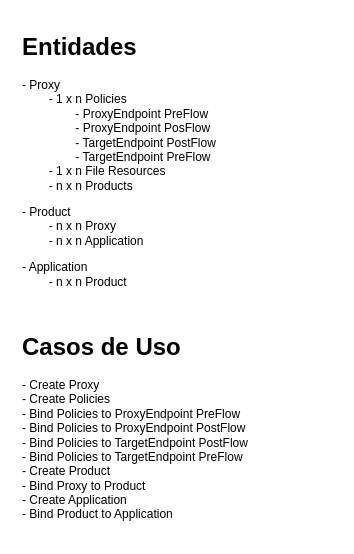
gabriel-rodrigues-f/sap-api-management-architectural-diagrams keeps this draw.io diagram as page "Backend" (1 of 5) of bunge.drawio. Above is the earlier version. Source tidied: cells renumbered, new cells numbered last; positions are measured from the earlier drawing's top-left corner, leaving out a move shared by most shapes. Both pictures are drawn from the tidied source at 100%, with x=0, y=0 at pixel (17, 27).
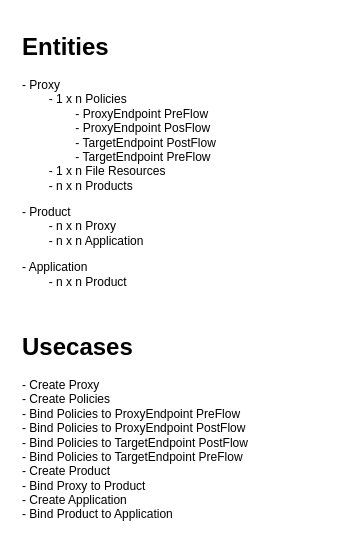
After the change.

Change to the diagram source:
```diff
@@
 <mxGraphModel>
   <root>
     <mxCell id="0" />
     <mxCell id="1" parent="0" />
-    <mxCell id="2" value="&lt;h1&gt;Entidades&lt;/h1&gt;&lt;p&gt;- Proxy&lt;br&gt;&lt;span style=&quot;background-color: initial;&quot;&gt;&lt;span style=&quot;white-space: pre;&quot;&gt;&#9;&lt;/span&gt;- 1 x n Policies&lt;br&gt;&lt;/span&gt;&lt;span style=&quot;background-color: initial;&quot;&gt;&lt;span style=&quot;white-space: pre;&quot;&gt;&#9;&lt;/span&gt;&lt;span style=&quot;white-space: pre;&quot;&gt;&#9;&lt;/span&gt;- ProxyEndpoint PreFlow&lt;br&gt;&lt;/span&gt;&lt;span style=&quot;background-color: initial;&quot;&gt;&lt;span style=&quot;white-space: pre;&quot;&gt;&#9;&lt;/span&gt;&lt;span style=&quot;white-space: pre;&quot;&gt;&#9;&lt;/span&gt;- ProxyEndpoint PosFlow&lt;br&gt;&lt;/span&gt;&lt;span style=&quot;background-color: initial;&quot;&gt;&lt;span style=&quot;white-space: pre;&quot;&gt;&#9;&lt;/span&gt;&lt;span style=&quot;white-space: pre;&quot;&gt;&#9;&lt;/span&gt;- TargetEndpoint PostFlow&lt;br&gt;&lt;span style=&quot;white-space: pre;&quot;&gt;&#9;&lt;/span&gt;&lt;span style=&quot;white-space: pre;&quot;&gt;&#9;&lt;/span&gt;- TargetEndpoint PreFlow&lt;br&gt;&lt;/span&gt;&lt;span style=&quot;background-color: initial;&quot;&gt;&lt;span style=&quot;white-space: pre;&quot;&gt;&#9;&lt;/span&gt;- 1 x n File Resources&lt;br&gt;&lt;span style=&quot;white-space: pre;&quot;&gt;&#9;&lt;/span&gt;- n x n Products&lt;br&gt;&lt;/span&gt;&lt;/p&gt;&lt;p&gt;&lt;/p&gt;&lt;p&gt;&lt;span style=&quot;background-color: initial;&quot;&gt;- Product&lt;br&gt;&lt;span style=&quot;white-space: pre;&quot;&gt;&#9;&lt;/span&gt;- n x n Proxy&lt;br&gt;&lt;span style=&quot;white-space: pre;&quot;&gt;&#9;&lt;/span&gt;- n x n Application&lt;br&gt;&lt;/span&gt;&lt;/p&gt;&lt;p&gt;&lt;span style=&quot;background-color: initial;&quot;&gt;- Application&lt;br&gt;&lt;span style=&quot;white-space: pre;&quot;&gt;&#9;&lt;/span&gt;- n x n Product&lt;br&gt;&lt;/span&gt;&lt;/p&gt;" style="text;html=1;strokeColor=none;fillColor=none;spacing=5;spacingTop=-20;whiteSpace=wrap;overflow=hidden;rounded=0;" parent="1" vertex="1">
+    <mxCell id="2" value="&lt;h1&gt;Entities&lt;/h1&gt;&lt;p&gt;- Proxy&lt;br&gt;&lt;span style=&quot;background-color: initial;&quot;&gt;&lt;span style=&quot;white-space: pre;&quot;&gt;&#9;&lt;/span&gt;- 1 x n Policies&lt;br&gt;&lt;/span&gt;&lt;span style=&quot;background-color: initial;&quot;&gt;&lt;span style=&quot;white-space: pre;&quot;&gt;&#9;&lt;/span&gt;&lt;span style=&quot;white-space: pre;&quot;&gt;&#9;&lt;/span&gt;- ProxyEndpoint PreFlow&lt;br&gt;&lt;/span&gt;&lt;span style=&quot;background-color: initial;&quot;&gt;&lt;span style=&quot;white-space: pre;&quot;&gt;&#9;&lt;/span&gt;&lt;span style=&quot;white-space: pre;&quot;&gt;&#9;&lt;/span&gt;- ProxyEndpoint PosFlow&lt;br&gt;&lt;/span&gt;&lt;span style=&quot;background-color: initial;&quot;&gt;&lt;span style=&quot;white-space: pre;&quot;&gt;&#9;&lt;/span&gt;&lt;span style=&quot;white-space: pre;&quot;&gt;&#9;&lt;/span&gt;- TargetEndpoint PostFlow&lt;br&gt;&lt;span style=&quot;white-space: pre;&quot;&gt;&#9;&lt;/span&gt;&lt;span style=&quot;white-space: pre;&quot;&gt;&#9;&lt;/span&gt;- TargetEndpoint PreFlow&lt;br&gt;&lt;/span&gt;&lt;span style=&quot;background-color: initial;&quot;&gt;&lt;span style=&quot;white-space: pre;&quot;&gt;&#9;&lt;/span&gt;- 1 x n File Resources&lt;br&gt;&lt;span style=&quot;white-space: pre;&quot;&gt;&#9;&lt;/span&gt;- n x n Products&lt;br&gt;&lt;/span&gt;&lt;/p&gt;&lt;p&gt;&lt;/p&gt;&lt;p&gt;&lt;span style=&quot;background-color: initial;&quot;&gt;- Product&lt;br&gt;&lt;span style=&quot;white-space: pre;&quot;&gt;&#9;&lt;/span&gt;- n x n Proxy&lt;br&gt;&lt;span style=&quot;white-space: pre;&quot;&gt;&#9;&lt;/span&gt;- n x n Application&lt;br&gt;&lt;/span&gt;&lt;/p&gt;&lt;p&gt;&lt;span style=&quot;background-color: initial;&quot;&gt;- Application&lt;br&gt;&lt;span style=&quot;white-space: pre;&quot;&gt;&#9;&lt;/span&gt;- n x n Product&lt;br&gt;&lt;/span&gt;&lt;/p&gt;" style="text;html=1;strokeColor=none;fillColor=none;spacing=5;spacingTop=-20;whiteSpace=wrap;overflow=hidden;rounded=0;" parent="1" vertex="1">
       <mxGeometry width="320" height="270" as="geometry" />
     </mxCell>
-    <mxCell id="3" value="&lt;h1&gt;Casos de Uso&lt;/h1&gt;&lt;p&gt;- Create Proxy&lt;br&gt;- Create Policies&lt;br&gt;- Bind Policies to ProxyEndpoint PreFlow&lt;br&gt;- Bind Policies to ProxyEndpoint PostFlow&lt;br&gt;- Bind Policies to TargetEndpoint PostFlow&lt;br&gt;- Bind Policies to TargetEndpoint PreFlow&lt;br&gt;- Create Product&lt;br&gt;- Bind Proxy to Product&lt;br&gt;- Create Application&lt;br&gt;- Bind Product to Application&lt;br&gt;&lt;/p&gt;" style="text;html=1;strokeColor=none;fillColor=none;spacing=5;spacingTop=-20;whiteSpace=wrap;overflow=hidden;rounded=0;" parent="1" vertex="1">
-      <mxGeometry y="300" width="320" height="210" as="geometry" />
+    <mxCell id="3" value="&lt;h1&gt;Usecases&lt;/h1&gt;&lt;p&gt;- Create Proxy&lt;br&gt;&lt;span style=&quot;background-color: initial;&quot;&gt;- Create Policies&lt;br&gt;&lt;/span&gt;&lt;span style=&quot;background-color: initial;&quot;&gt;- Bind Policies to ProxyEndpoint PreFlow&lt;br&gt;&lt;/span&gt;&lt;span style=&quot;background-color: initial;&quot;&gt;- Bind Policies to ProxyEndpoint PostFlow&lt;br&gt;&lt;/span&gt;&lt;span style=&quot;background-color: initial;&quot;&gt;- Bind Policies to TargetEndpoint PostFlow&lt;br&gt;&lt;/span&gt;&lt;span style=&quot;background-color: initial;&quot;&gt;- Bind Policies to TargetEndpoint PreFlow&lt;br&gt;&lt;/span&gt;&lt;span style=&quot;background-color: initial;&quot;&gt;- Create Product&lt;br&gt;&lt;/span&gt;&lt;span style=&quot;background-color: initial;&quot;&gt;- Bind Proxy to Product&lt;br&gt;&lt;/span&gt;&lt;span style=&quot;background-color: initial;&quot;&gt;- Create Application&lt;br&gt;&lt;/span&gt;&lt;span style=&quot;background-color: initial;&quot;&gt;- Bind Product to Application&lt;/span&gt;&lt;/p&gt;" style="text;html=1;strokeColor=none;fillColor=none;spacing=5;spacingTop=-20;whiteSpace=wrap;overflow=hidden;rounded=0;" parent="1" vertex="1">
+      <mxGeometry y="300" width="240" height="200" as="geometry" />
     </mxCell>
   </root>
 </mxGraphModel>
```
